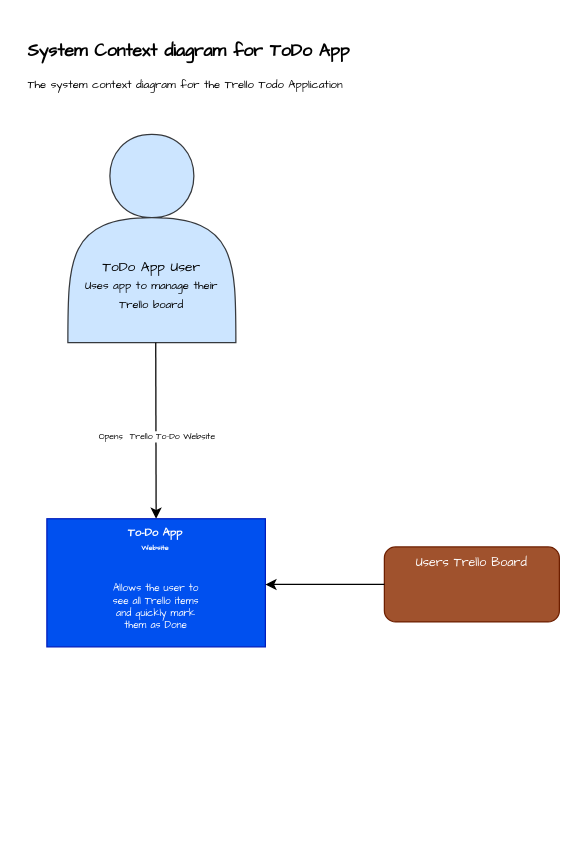
The draw.io diagram documentation/Trello ToDo App Context Diagram.drawio in HelgaVonTrapp/DevOps-Course-Starter, before the edit. Source tidied: cells renumbered, new cells numbered last; positions are measured from the earlier drawing's top-left corner, leaving out a move shared by most shapes. Both pictures are drawn from the tidied source at 125%, with x=0, y=0 at pixel (21, 34).
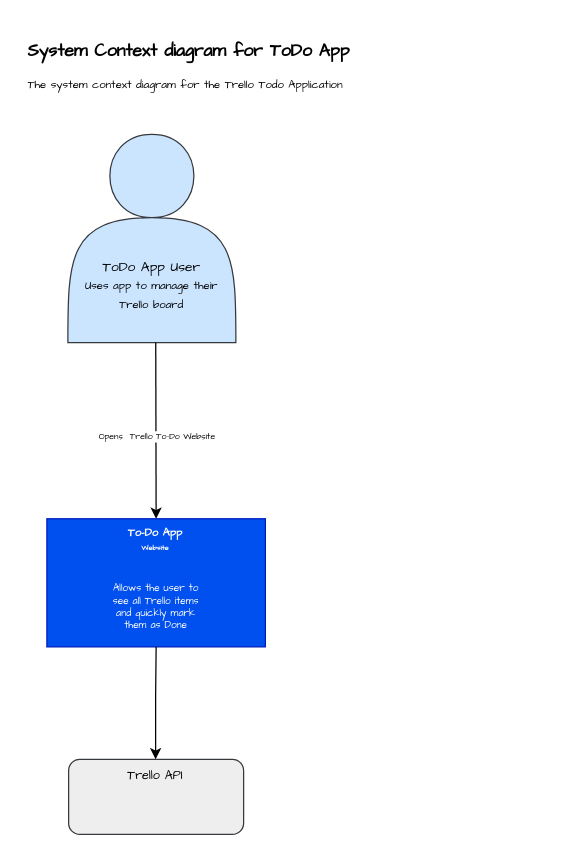
Above is the later version.

Diff of the diagram source:
```diff
@@
 <mxGraphModel>
   <root>
     <mxCell id="0" />
     <mxCell id="1" parent="0" />
     <mxCell id="2" value="&lt;h1&gt;&lt;font style=&quot;font-size: 14px;&quot;&gt;System Context diagram for ToDo App&lt;/font&gt;&lt;/h1&gt;&lt;p&gt;The system context diagram for the Trello Todo Application&lt;/p&gt;" style="text;html=1;strokeColor=none;fillColor=none;spacing=5;spacingTop=-20;whiteSpace=wrap;overflow=hidden;rounded=0;labelBackgroundColor=none;fontFamily=Comic Sans MS;fontSize=9;fontColor=default;flipH=1;" parent="1" vertex="1">
       <mxGeometry width="330" height="70" as="geometry" />
     </mxCell>
     <mxCell id="3" value="&lt;br&gt;&lt;br&gt;&lt;font style=&quot;&quot; face=&quot;Comic Sans MS&quot;&gt;&lt;span style=&quot;font-size: 11px;&quot;&gt;&lt;br&gt;&lt;br&gt;&lt;br&gt;ToDo App User&lt;/span&gt;&lt;br&gt;&lt;div style=&quot;&quot;&gt;&lt;font style=&quot;font-size: 9px;&quot;&gt;Uses app to manage their Trello board&lt;/font&gt;&lt;/div&gt;&lt;/font&gt;" style="shape=actor;whiteSpace=wrap;html=1;fillColor=#cce5ff;strokeColor=#36393d;" parent="1" vertex="1">
       <mxGeometry x="36.8" y="80" width="134.4" height="166.6" as="geometry" />
     </mxCell>
     <mxCell id="4" style="endArrow=classic;html=1;rounded=0;fontFamily=Comic Sans MS;fontSize=7;fontColor=#000000;" parent="1" edge="1">
       <mxGeometry relative="1" as="geometry">
         <mxPoint x="107.1" y="246.6" as="sourcePoint" />
         <mxPoint x="107.4" y="387.5" as="targetPoint" />
       </mxGeometry>
     </mxCell>
     <mxCell id="5" value="Opens&amp;nbsp; Trello To-Do Website&lt;br&gt;" style="edgeLabel;html=1;align=center;verticalAlign=middle;fontFamily=Comic Sans MS;fontSize=7;fontColor=#000000;" parent="4" vertex="1">
       <mxGeometry relative="1" as="geometry">
         <mxPoint y="5" as="offset" />
       </mxGeometry>
     </mxCell>
     <mxCell id="6" style="rounded=0;whiteSpace=wrap;html=1;fontFamily=Comic Sans MS;fontSize=7;labelBackgroundColor=default;fillColor=#0050ef;strokeColor=#001DBC;fontColor=#ffffff;" parent="1" vertex="1">
       <mxGeometry x="20" y="387.5" width="174.8" height="102.5" as="geometry" />
     </mxCell>
     <mxCell id="7" value="To-Do App &lt;br&gt;&lt;font style=&quot;font-size: 6px;&quot;&gt;Website&lt;/font&gt;" style="text;html=1;align=center;verticalAlign=top;whiteSpace=wrap;rounded=0;labelBackgroundColor=none;fontFamily=Comic Sans MS;fontSize=9;fontColor=#FFFFFF;fontStyle=1;" parent="1" vertex="1">
       <mxGeometry x="23.4" y="387.5" width="168" height="102.5" as="geometry" />
     </mxCell>
     <mxCell id="8" value="Allows the user to see all Trello items and quickly mark them as Done" style="text;html=1;strokeColor=none;fillColor=none;align=center;verticalAlign=middle;whiteSpace=wrap;rounded=0;labelBackgroundColor=none;fontFamily=Comic Sans MS;fontSize=8;fontColor=#FFFFFF;" parent="1" vertex="1">
       <mxGeometry x="67" y="438.8" width="80.7" height="38.4" as="geometry" />
     </mxCell>
-    <mxCell id="9" value="&lt;font size=&quot;1&quot;&gt;Users Trello Board&lt;/font&gt;" style="rounded=1;whiteSpace=wrap;html=1;labelBackgroundColor=none;fontFamily=Comic Sans MS;fontSize=6;fontColor=#ffffff;fillColor=#a0522d;strokeColor=#6D1F00;verticalAlign=top;" parent="1" vertex="1">
-      <mxGeometry x="290" y="410" width="140" height="60" as="geometry" />
+    <mxCell id="9" value="&lt;font size=&quot;1&quot;&gt;Trello API&lt;/font&gt;" style="rounded=1;whiteSpace=wrap;html=1;labelBackgroundColor=none;fontFamily=Comic Sans MS;fontSize=6;fillColor=#eeeeee;strokeColor=#36393d;verticalAlign=top;" parent="1" vertex="1">
+      <mxGeometry x="37.4" y="580" width="140" height="60" as="geometry" />
     </mxCell>
-    <mxCell id="10" style="endArrow=classic;html=1;rounded=0;fontFamily=Comic Sans MS;fontSize=9;fontColor=default;exitX=0;exitY=0.5;exitDx=0;exitDy=0;" parent="1" edge="1" source="9">
-      <mxGeometry relative="1" as="geometry">
-        <mxPoint x="194.8" y="440.1" as="targetPoint" />
-      </mxGeometry>
-    </mxCell>
+    <mxCell id="11" style="endArrow=classic;html=1;rounded=0;fontFamily=Comic Sans MS;fontSize=9;fontColor=default;exitX=0.5;exitY=1;exitDx=0;exitDy=0;" parent="1" edge="1" source="7">
+      <mxGeometry relative="1" as="geometry">
+        <mxPoint x="107" y="580" as="targetPoint" />
+        <Array as="points">
+          <mxPoint x="107" y="530" />
+        </Array>
+      </mxGeometry>
+    </mxCell>
   </root>
 </mxGraphModel>
```
